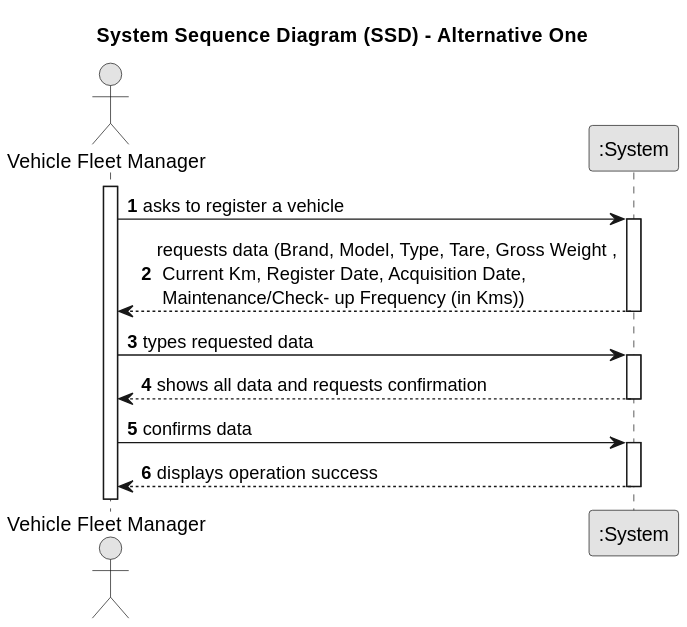
Before: docs/sprintC/us029/01.requirements-engineering/svg/us029-system-sequence-diagram-alternative-one.svg, a diagram exported from PlantUML (Departamento-de-Engenharia-Informatica/lei-24-s2-1dl-g121). The source it was exported from:
```plantuml
@startuml
skinparam monochrome true
skinparam packageStyle rectangle
skinparam shadowing false

title System Sequence Diagram (SSD) - Alternative One

autonumber

actor "Vehicle Fleet Manager" as Employee
participant ":System" as System

activate Employee

    Employee -> System : asks to register a vehicle
    activate System

        System --> Employee : requests data (Brand, Model, Type, Tare, Gross Weight ,\n Current Km, Register Date, Acquisition Date,\n Maintenance/Check- up Frequency (in Kms))
    deactivate System

    Employee -> System : types requested data
    activate System

        System --> Employee : shows all data and requests confirmation
    deactivate System

    Employee -> System : confirms data
    activate System

        System --> Employee : displays operation success
    deactivate System
@enduml
```
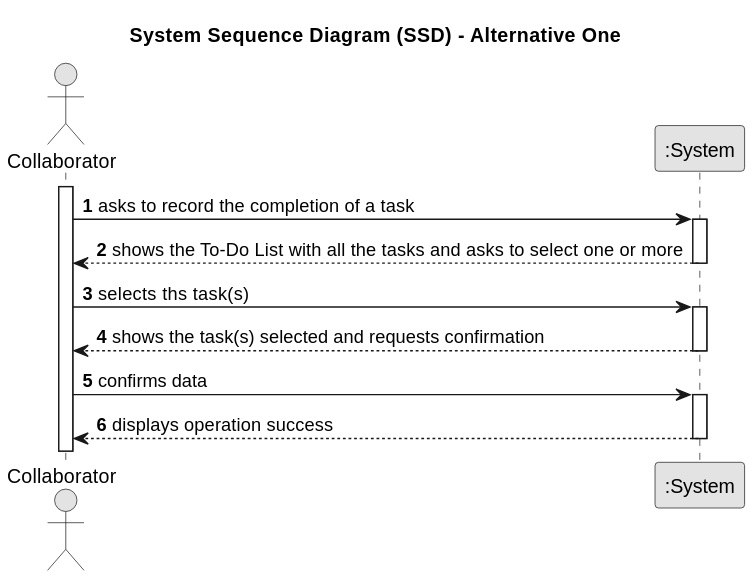
After the change.

Change to the diagram source:
```diff
@@ -7,21 +7,21 @@
 
 autonumber
 
-actor "Vehicle Fleet Manager" as Employee
+actor "Collaborator" as Employee
 participant ":System" as System
 
 activate Employee
 
-    Employee -> System : asks to register a vehicle
+    Employee -> System : asks to record the completion of a task
     activate System
 
-        System --> Employee : requests data (Brand, Model, Type, Tare, Gross Weight ,\n Current Km, Register Date, Acquisition Date,\n Maintenance/Check- up Frequency (in Kms))
+        System --> Employee : shows the To-Do List with all the tasks and asks to select one or more
     deactivate System
 
-    Employee -> System : types requested data
+    Employee -> System : selects ths task(s)
     activate System
 
-        System --> Employee : shows all data and requests confirmation
+        System --> Employee : shows the task(s) selected and requests confirmation
     deactivate System
 
     Employee -> System : confirms data
```
